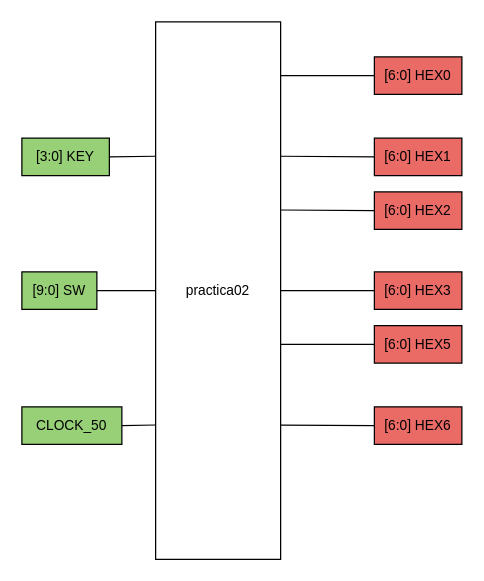
carloszlopez/DigitalDesignClass keeps this draw.io diagram as page "black box" (1 of 9) of practica02_cronometro/practica02_design.drawio. Above is the earlier version. Source tidied: cells renumbered, new cells numbered last; positions are measured from the earlier drawing's top-left corner, leaving out a move shared by most shapes. Both pictures are drawn from the tidied source at 125%, with x=0, y=0 at pixel (21, 21).
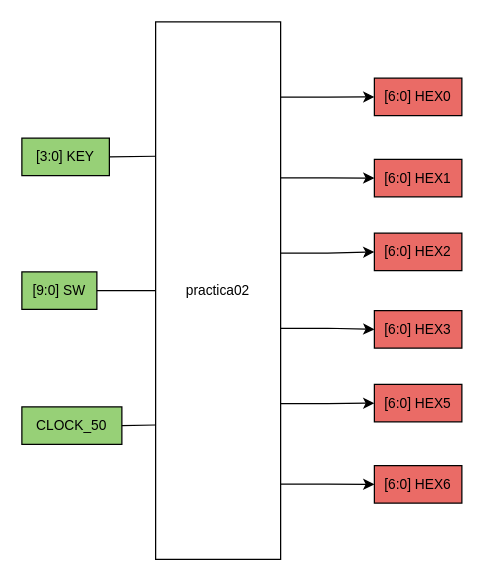
Above is the later version.

Diff of the diagram source:
```diff
@@
+    <mxCell id="21" style="edgeStyle=orthogonalEdgeStyle;rounded=0;jettySize=auto;html=1;exitX=1;exitY=0.14;exitDx=0;exitDy=0;exitPerimeter=0;entryX=0;entryY=0.5;entryDx=0;entryDy=0;" parent="1" edge="1" source="5" target="10">
+      <mxGeometry relative="1" as="geometry" />
+    </mxCell>
+    <mxCell id="22" style="edgeStyle=orthogonalEdgeStyle;rounded=0;jettySize=auto;html=1;exitX=1;exitY=0.29;exitDx=0;exitDy=0;exitPerimeter=0;entryX=0;entryY=0.5;entryDx=0;entryDy=0;" parent="1" edge="1" source="5" target="11">
+      <mxGeometry relative="1" as="geometry" />
+    </mxCell>
+    <mxCell id="23" style="edgeStyle=orthogonalEdgeStyle;rounded=0;jettySize=auto;html=1;exitX=1;exitY=0.43;exitDx=0;exitDy=0;exitPerimeter=0;entryX=0;entryY=0.5;entryDx=0;entryDy=0;" parent="1" edge="1" source="5" target="12">
+      <mxGeometry relative="1" as="geometry" />
+    </mxCell>
-    <mxCell id="2" style="edgeStyle=orthogonalEdgeStyle;shape=connector;rounded=0;jumpStyle=arc;jettySize=auto;html=1;exitX=1;exitY=0.5;exitDx=0;exitDy=0;exitPerimeter=0;entryX=0;entryY=0.5;entryDx=0;entryDy=0;strokeColor=default;align=center;verticalAlign=middle;fontFamily=Helvetica;fontSize=11;fontColor=default;labelBackgroundColor=default;endArrow=none;endFill=0;" parent="1" edge="1" source="5" target="13">
+    <mxCell id="2" style="edgeStyle=orthogonalEdgeStyle;rounded=0;jettySize=auto;html=1;exitX=1;exitY=0.57;exitDx=0;exitDy=0;exitPerimeter=0;entryX=0;entryY=0.5;entryDx=0;entryDy=0;" parent="1" edge="1" source="5" target="13">
       <mxGeometry relative="1" as="geometry" />
     </mxCell>
+    <mxCell id="4" style="edgeStyle=orthogonalEdgeStyle;rounded=0;jettySize=auto;html=1;exitX=1;exitY=0.86;exitDx=0;exitDy=0;exitPerimeter=0;entryX=0;entryY=0.5;entryDx=0;entryDy=0;" parent="1" edge="1" source="5" target="15">
+      <mxGeometry relative="1" as="geometry" />
+    </mxCell>
-    <mxCell id="3" style="edgeStyle=orthogonalEdgeStyle;shape=connector;rounded=0;jumpStyle=arc;jettySize=auto;html=1;exitX=1;exitY=0.6;exitDx=0;exitDy=0;exitPerimeter=0;entryX=0;entryY=0.5;entryDx=0;entryDy=0;strokeColor=default;align=center;verticalAlign=middle;fontFamily=Helvetica;fontSize=11;fontColor=default;labelBackgroundColor=default;endArrow=none;endFill=0;" parent="1" edge="1" source="5" target="14">
+    <mxCell id="3" style="edgeStyle=orthogonalEdgeStyle;rounded=0;jettySize=auto;html=1;exitX=1;exitY=0.71;exitDx=0;exitDy=0;exitPerimeter=0;entryX=0;entryY=0.5;entryDx=0;entryDy=0;" parent="1" edge="1" source="5" target="14">
       <mxGeometry relative="1" as="geometry" />
     </mxCell>
-    <mxCell id="4" style="edgeStyle=orthogonalEdgeStyle;shape=connector;rounded=0;jumpStyle=arc;jettySize=auto;html=1;exitX=1;exitY=0.75;exitDx=0;exitDy=0;exitPerimeter=0;entryX=0;entryY=0.5;entryDx=0;entryDy=0;strokeColor=default;align=center;verticalAlign=middle;fontFamily=Helvetica;fontSize=11;fontColor=default;labelBackgroundColor=default;endArrow=none;endFill=0;" parent="1" edge="1" source="5" target="15">
-      <mxGeometry relative="1" as="geometry" />
-    </mxCell>
-    <mxCell id="5" value="practica02" style="rounded=0;whiteSpace=wrap;html=1;fontFamily=Helvetica;fontSize=11;fontColor=default;labelBackgroundColor=default;points=[[0,0,0,0,0],[0,0.25,0,0,0],[0,0.5,0,0,0],[0,0.75,0,0,0],[0,1,0,0,0],[0.25,0,0,0,0],[0.25,1,0,0,0],[0.5,0,0,0,0],[0.5,1,0,0,0],[0.75,0,0,0,0],[0.75,1,0,0,0],[1,0,0,0,0],[1,0.12,0,0,0],[1,0.24,0,0,0],[1,0.36,0,0,0],[1,0.48,0,0,0],[1,0.6,0,0,0],[1,0.72,0,0,0],[1,0.84,0,0,0],[1,1,0,0,0]];" parent="1" vertex="1">
+    <mxCell id="5" value="practica02" style="rounded=0;whiteSpace=wrap;html=1;fontFamily=Helvetica;fontSize=11;fontColor=default;labelBackgroundColor=default;points=[[0,0,0,0,0],[0,0.25,0,0,0],[0,0.5,0,0,0],[0,0.75,0,0,0],[0,1,0,0,0],[0.25,0,0,0,0],[0.25,1,0,0,0],[0.5,0,0,0,0],[0.5,1,0,0,0],[0.75,0,0,0,0],[0.75,1,0,0,0],[1,0,0,0,0],[1,0.14,0,0,0],[1,0.29,0,0,0],[1,0.43,0,0,0],[1,0.57,0,0,0],[1,0.71,0,0,0],[1,0.86,0,0,0],[1,1,0,0,0]];" parent="1" vertex="1">
       <mxGeometry x="107" width="100" height="430" as="geometry" />
     </mxCell>
@@
     <mxCell id="10" value="[6:0] HEX0" style="rounded=0;whiteSpace=wrap;html=1;fontFamily=Helvetica;fontSize=11;fontColor=default;labelBackgroundColor=none;fillColor=#EA6B66;" parent="1" vertex="1">
-      <mxGeometry x="282" y="28" width="70" height="30" as="geometry" />
+      <mxGeometry x="282" y="45" width="70" height="30" as="geometry" />
     </mxCell>
     <mxCell id="11" value="[6:0] HEX1" style="rounded=0;whiteSpace=wrap;html=1;fontFamily=Helvetica;fontSize=11;fontColor=default;labelBackgroundColor=none;fillColor=#EA6B66;" parent="1" vertex="1">
-      <mxGeometry x="282" y="93" width="70" height="30" as="geometry" />
+      <mxGeometry x="282" y="110" width="70" height="30" as="geometry" />
     </mxCell>
     <mxCell id="12" value="[6:0] HEX2" style="rounded=0;whiteSpace=wrap;html=1;fontFamily=Helvetica;fontSize=11;fontColor=default;labelBackgroundColor=none;fillColor=#EA6B66;" parent="1" vertex="1">
-      <mxGeometry x="282" y="136" width="70" height="30" as="geometry" />
+      <mxGeometry x="282" y="169" width="70" height="30" as="geometry" />
     </mxCell>
     <mxCell id="13" value="[6:0] HEX3" style="rounded=0;whiteSpace=wrap;html=1;fontFamily=Helvetica;fontSize=11;fontColor=default;labelBackgroundColor=none;fillColor=#EA6B66;" parent="1" vertex="1">
-      <mxGeometry x="282" y="200" width="70" height="30" as="geometry" />
+      <mxGeometry x="282" y="231" width="70" height="30" as="geometry" />
     </mxCell>
     <mxCell id="14" value="[6:0] HEX5" style="rounded=0;whiteSpace=wrap;html=1;fontFamily=Helvetica;fontSize=11;fontColor=default;labelBackgroundColor=none;fillColor=#EA6B66;" parent="1" vertex="1">
-      <mxGeometry x="282" y="243" width="70" height="30" as="geometry" />
+      <mxGeometry x="282" y="290" width="70" height="30" as="geometry" />
     </mxCell>
     <mxCell id="15" value="[6:0] HEX6" style="rounded=0;whiteSpace=wrap;html=1;fontFamily=Helvetica;fontSize=11;fontColor=default;labelBackgroundColor=none;fillColor=#EA6B66;" parent="1" vertex="1">
-      <mxGeometry x="282" y="308" width="70" height="30" as="geometry" />
+      <mxGeometry x="282" y="355" width="70" height="30" as="geometry" />
     </mxCell>
-    <mxCell id="16" style="edgeStyle=orthogonalEdgeStyle;shape=connector;rounded=0;jumpStyle=arc;jettySize=auto;html=1;entryX=1;entryY=0.1;entryDx=0;entryDy=0;entryPerimeter=0;strokeColor=default;align=center;verticalAlign=middle;fontFamily=Helvetica;fontSize=11;fontColor=default;labelBackgroundColor=default;endArrow=none;endFill=0;" parent="1" edge="1" source="10" target="5">
-      <mxGeometry relative="1" as="geometry" />
-    </mxCell>
-    <mxCell id="17" style="edgeStyle=orthogonalEdgeStyle;shape=connector;rounded=0;jumpStyle=arc;jettySize=auto;html=1;entryX=1;entryY=0.25;entryDx=0;entryDy=0;entryPerimeter=0;strokeColor=default;align=center;verticalAlign=middle;fontFamily=Helvetica;fontSize=11;fontColor=default;labelBackgroundColor=default;endArrow=none;endFill=0;" parent="1" edge="1" source="11" target="5">
-      <mxGeometry relative="1" as="geometry" />
-    </mxCell>
-    <mxCell id="18" style="edgeStyle=orthogonalEdgeStyle;shape=connector;rounded=0;jumpStyle=arc;jettySize=auto;html=1;entryX=1;entryY=0.35;entryDx=0;entryDy=0;entryPerimeter=0;strokeColor=default;align=center;verticalAlign=middle;fontFamily=Helvetica;fontSize=11;fontColor=default;labelBackgroundColor=default;endArrow=none;endFill=0;" parent="1" edge="1" source="12" target="5">
-      <mxGeometry relative="1" as="geometry" />
-    </mxCell>
```
